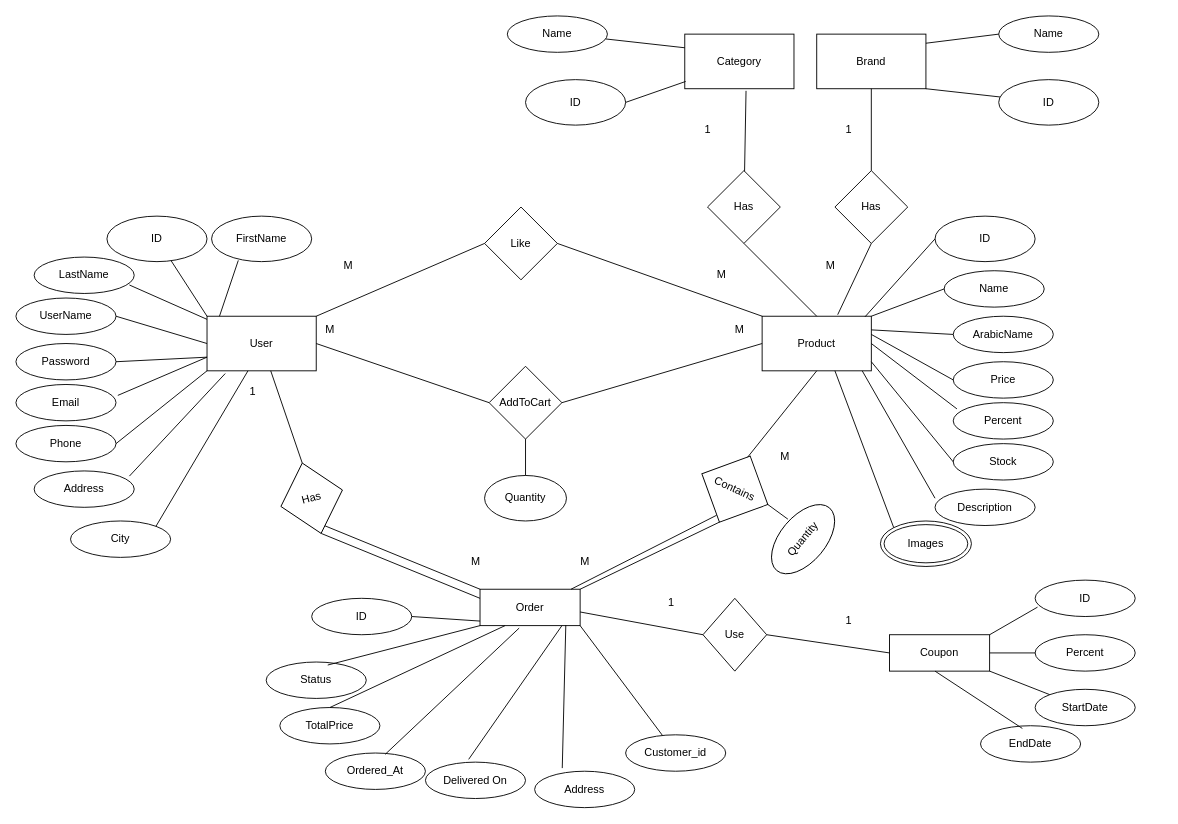
Earlier version of the draw.io diagram DubaiPhone.drawio (Mohammed-Said/DubaiPhoneClone-Backend). Source tidied: cells renumbered, new cells numbered last; positions are measured from the earlier drawing's top-left corner, leaving out a move shared by most shapes. Both pictures are drawn from the tidied source at 91%, with x=0, y=0 at pixel (15, 15).
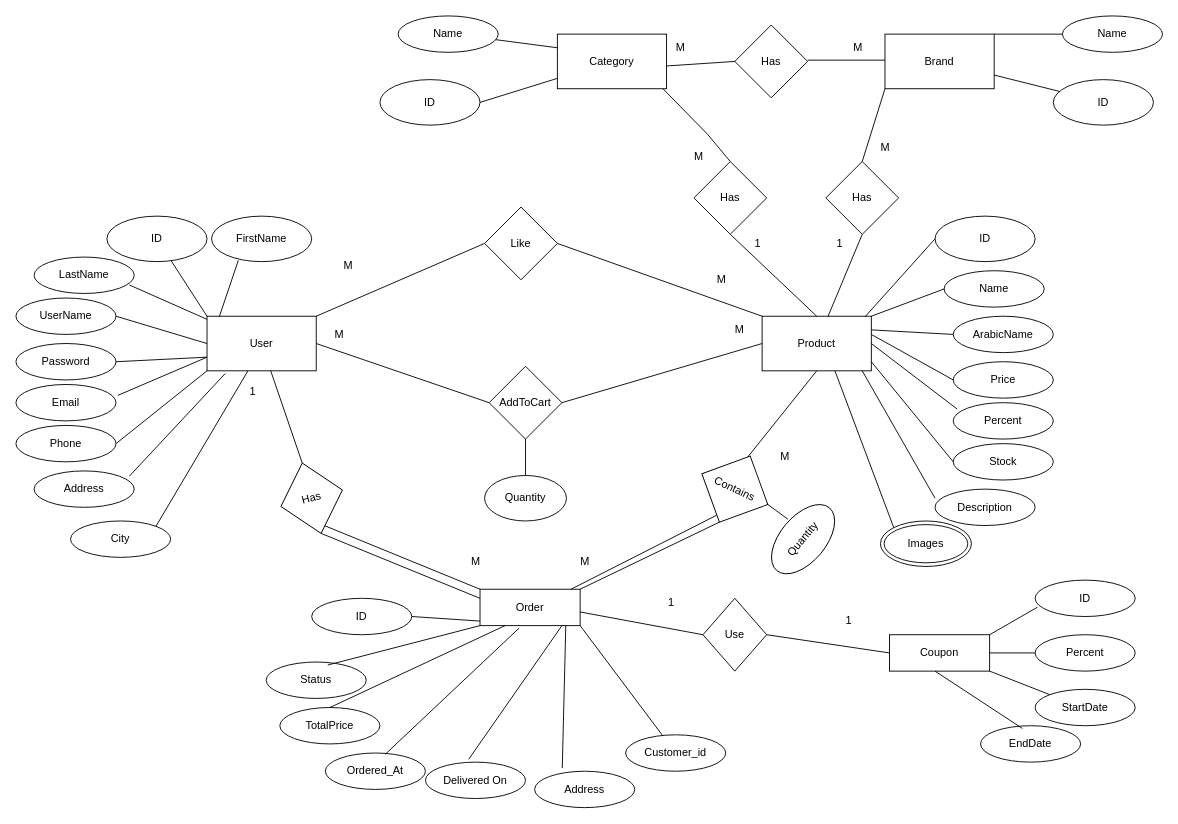
The same diagram, later.

Unchanged cells that the change refers to:
```xml
<mxCell id="3" value="Product" style="rounded=0;whiteSpace=wrap;html=1;" parent="1" vertex="1">
  <mxGeometry x="820" y="330" width="120" height="60" as="geometry" />
</mxCell>
```

Change to the diagram source:
```diff
@@
     <mxCell id="6" value="Category" style="rounded=0;whiteSpace=wrap;html=1;" parent="1" vertex="1">
-      <mxGeometry x="735" y="20" width="120" height="60" as="geometry" />
+      <mxGeometry x="595" y="20" width="120" height="60" as="geometry" />
     </mxCell>
     <mxCell id="7" value="Has" style="rhombus;whiteSpace=wrap;html=1;" parent="1" vertex="1">
-      <mxGeometry x="760" y="170" width="80" height="80" as="geometry" />
+      <mxGeometry x="745" y="160" width="80" height="80" as="geometry" />
     </mxCell>
@@
     <mxCell id="25" value="M" style="text;html=1;align=center;verticalAlign=middle;strokeColor=none;fillColor=none;" parent="1" vertex="1">
-      <mxGeometry x="330" y="330" width="30" height="30" as="geometry" />
+      <mxGeometry x="340" y="335" width="30" height="30" as="geometry" />
     </mxCell>
@@
-    <mxCell id="51" value="1" style="text;html=1;align=center;verticalAlign=middle;strokeColor=none;fillColor=none;" parent="1" vertex="1">
-      <mxGeometry x="745" y="110" width="30" height="30" as="geometry" />
-    </mxCell>
-    <mxCell id="52" value="M" style="text;html=1;align=center;verticalAlign=middle;strokeColor=none;fillColor=none;" parent="1" vertex="1">
-      <mxGeometry x="880" y="260" width="30" height="30" as="geometry" />
-    </mxCell>
@@
     <mxCell id="55" value="ID" style="ellipse;whiteSpace=wrap;html=1;" parent="1" vertex="1">
-      <mxGeometry x="560" y="70" width="110" height="50" as="geometry" />
+      <mxGeometry x="400" y="70" width="110" height="50" as="geometry" />
     </mxCell>
     <mxCell id="56" value="Name" style="ellipse;whiteSpace=wrap;html=1;" parent="1" vertex="1">
-      <mxGeometry x="540" width="110" height="40" as="geometry" />
+      <mxGeometry x="420" width="110" height="40" as="geometry" />
     </mxCell>
@@
-    <mxCell id="58" style="endArrow=none;html=1;rounded=0;exitX=0.008;exitY=0.867;exitDx=0;exitDy=0;entryX=1;entryY=0.5;entryDx=0;entryDy=0;exitPerimeter=0;" parent="1" edge="1" source="6" target="55">
+    <mxCell id="58" style="endArrow=none;html=1;rounded=0;entryX=1;entryY=0.5;entryDx=0;entryDy=0;" parent="1" edge="1" source="6" target="55">
       <mxGeometry relative="1" as="geometry" />
     </mxCell>
@@
-    <mxCell id="77" value="M" style="text;html=1;align=center;verticalAlign=middle;strokeColor=none;fillColor=none;" parent="1" vertex="1">
-      <mxGeometry x="760" y="270" width="30" height="30" as="geometry" />
-    </mxCell>
@@
-    <mxCell id="82" style="endArrow=none;html=1;rounded=0;exitX=0.561;exitY=1.039;exitDx=0;exitDy=0;exitPerimeter=0;" parent="1" edge="1" source="6" target="7">
+    <mxCell id="82" style="endArrow=none;html=1;rounded=0;entryX=0.5;entryY=1;entryDx=0;entryDy=0;" parent="1" edge="1" source="3" target="112">
       <mxGeometry relative="1" as="geometry" />
     </mxCell>
@@
-    <mxCell id="85" value="Has" style="rhombus;whiteSpace=wrap;html=1;" parent="1" vertex="1">
-      <mxGeometry x="900" y="170" width="80" height="80" as="geometry" />
-    </mxCell>
     <mxCell id="86" value="Brand" style="rounded=0;whiteSpace=wrap;html=1;" parent="1" vertex="1">
-      <mxGeometry x="880" y="20" width="120" height="60" as="geometry" />
+      <mxGeometry x="955" y="20" width="120" height="60" as="geometry" />
     </mxCell>
-    <mxCell id="87" style="endArrow=none;html=1;rounded=0;entryX=0.5;entryY=0;entryDx=0;entryDy=0;exitX=0.5;exitY=1;exitDx=0;exitDy=0;" parent="1" edge="1" source="86" target="85">
+    <mxCell id="87" style="endArrow=none;html=1;rounded=0;entryX=0.5;entryY=0;entryDx=0;entryDy=0;exitX=0;exitY=1;exitDx=0;exitDy=0;" parent="1" edge="1" source="86" target="112">
       <mxGeometry relative="1" as="geometry" />
     </mxCell>
-    <mxCell id="88" style="endArrow=none;html=1;rounded=0;exitX=0.5;exitY=1;exitDx=0;exitDy=0;entryX=0.692;entryY=-0.028;entryDx=0;entryDy=0;entryPerimeter=0;" parent="1" edge="1" source="85" target="3">
-      <mxGeometry relative="1" as="geometry" />
-    </mxCell>
     <mxCell id="89" value="Name" style="ellipse;whiteSpace=wrap;html=1;" parent="1" vertex="1">
-      <mxGeometry x="1080" width="110" height="40" as="geometry" />
+      <mxGeometry x="1150" width="110" height="40" as="geometry" />
     </mxCell>
     <mxCell id="90" value="ID" style="ellipse;whiteSpace=wrap;html=1;" parent="1" vertex="1">
-      <mxGeometry x="1080" y="70" width="110" height="50" as="geometry" />
+      <mxGeometry x="1140" y="70" width="110" height="50" as="geometry" />
     </mxCell>
-    <mxCell id="91" style="endArrow=none;html=1;rounded=0;exitX=0;exitY=0.5;exitDx=0;exitDy=0;" parent="1" edge="1" source="89">
-      <mxGeometry relative="1" as="geometry">
-        <mxPoint x="1000" y="30" as="targetPoint" />
-      </mxGeometry>
+    <mxCell id="91" style="endArrow=none;html=1;rounded=0;exitX=0;exitY=0.5;exitDx=0;exitDy=0;entryX=1;entryY=0;entryDx=0;entryDy=0;" parent="1" edge="1" source="89" target="86">
+      <mxGeometry relative="1" as="geometry" />
     </mxCell>
-    <mxCell id="92" style="endArrow=none;html=1;rounded=0;entryX=1;entryY=0.5;entryDx=0;entryDy=0;" parent="1" edge="1" source="90">
-      <mxGeometry relative="1" as="geometry">
-        <mxPoint x="1000" y="80" as="targetPoint" />
-      </mxGeometry>
+    <mxCell id="92" style="endArrow=none;html=1;rounded=0;entryX=1;entryY=0.75;entryDx=0;entryDy=0;" parent="1" edge="1" source="90" target="86">
+      <mxGeometry relative="1" as="geometry" />
     </mxCell>
@@
-    <mxCell id="111" value="1" style="text;html=1;align=center;verticalAlign=middle;strokeColor=none;fillColor=none;" parent="1" vertex="1">
-      <mxGeometry x="900" y="110" width="30" height="30" as="geometry" />
-    </mxCell>
+    <mxCell id="112" value="Has" style="rhombus;whiteSpace=wrap;html=1;" parent="1" vertex="1">
+      <mxGeometry x="890" y="160" width="80" height="80" as="geometry" />
+    </mxCell>
+    <mxCell id="113" style="endArrow=none;html=1;rounded=0;entryX=0.5;entryY=0;entryDx=0;entryDy=0;exitX=0.346;exitY=1.029;exitDx=0;exitDy=0;exitPerimeter=0;" parent="1" edge="1" target="7">
+      <mxGeometry relative="1" as="geometry">
+        <mxPoint x="711" y="80" as="sourcePoint" />
+        <Array as="points">
+          <mxPoint x="760" y="130" />
+        </Array>
+      </mxGeometry>
+    </mxCell>
+    <mxCell id="114" value="M" style="text;html=1;align=center;verticalAlign=middle;strokeColor=none;fillColor=none;" parent="1" vertex="1">
+      <mxGeometry x="735" y="140" width="30" height="30" as="geometry" />
+    </mxCell>
+    <mxCell id="115" value="M" style="text;html=1;align=center;verticalAlign=middle;strokeColor=none;fillColor=none;" parent="1" vertex="1">
+      <mxGeometry x="940" y="130" width="30" height="30" as="geometry" />
+    </mxCell>
+    <mxCell id="116" value="Has" style="rhombus;whiteSpace=wrap;html=1;" parent="1" vertex="1">
+      <mxGeometry x="790" y="10" width="80" height="80" as="geometry" />
+    </mxCell>
+    <mxCell id="117" style="endArrow=none;html=1;rounded=0;entryX=0;entryY=0.5;entryDx=0;entryDy=0;exitX=0.346;exitY=1.029;exitDx=0;exitDy=0;exitPerimeter=0;" parent="1" edge="1" target="116">
+      <mxGeometry relative="1" as="geometry">
+        <mxPoint x="715" y="55" as="sourcePoint" />
+      </mxGeometry>
+    </mxCell>
+    <mxCell id="118" style="endArrow=none;html=1;rounded=0;entryX=0;entryY=0.5;entryDx=0;entryDy=0;exitX=1;exitY=0.5;exitDx=0;exitDy=0;" parent="1" edge="1">
+      <mxGeometry relative="1" as="geometry">
+        <mxPoint x="870" y="48.6" as="sourcePoint" />
+        <mxPoint x="955" y="48.6" as="targetPoint" />
+      </mxGeometry>
+    </mxCell>
+    <mxCell id="119" value="M" style="text;html=1;align=center;verticalAlign=middle;strokeColor=none;fillColor=none;" parent="1" vertex="1">
+      <mxGeometry x="715" y="20" width="30" height="30" as="geometry" />
+    </mxCell>
+    <mxCell id="120" value="M" style="text;html=1;align=center;verticalAlign=middle;strokeColor=none;fillColor=none;" parent="1" vertex="1">
+      <mxGeometry x="910" y="20" width="30" height="30" as="geometry" />
+    </mxCell>
+    <mxCell id="121" value="1" style="text;html=1;align=center;verticalAlign=middle;strokeColor=none;fillColor=none;" parent="1" vertex="1">
+      <mxGeometry x="890" y="235" width="30" height="30" as="geometry" />
+    </mxCell>
+    <mxCell id="122" value="1" style="text;html=1;align=center;verticalAlign=middle;strokeColor=none;fillColor=none;" parent="1" vertex="1">
+      <mxGeometry x="800" y="235" width="30" height="30" as="geometry" />
+    </mxCell>
+    <mxCell id="123" value="M" style="text;html=1;align=center;verticalAlign=middle;strokeColor=none;fillColor=none;" parent="1" vertex="1">
+      <mxGeometry x="760" y="275" width="30" height="30" as="geometry" />
+    </mxCell>
```
